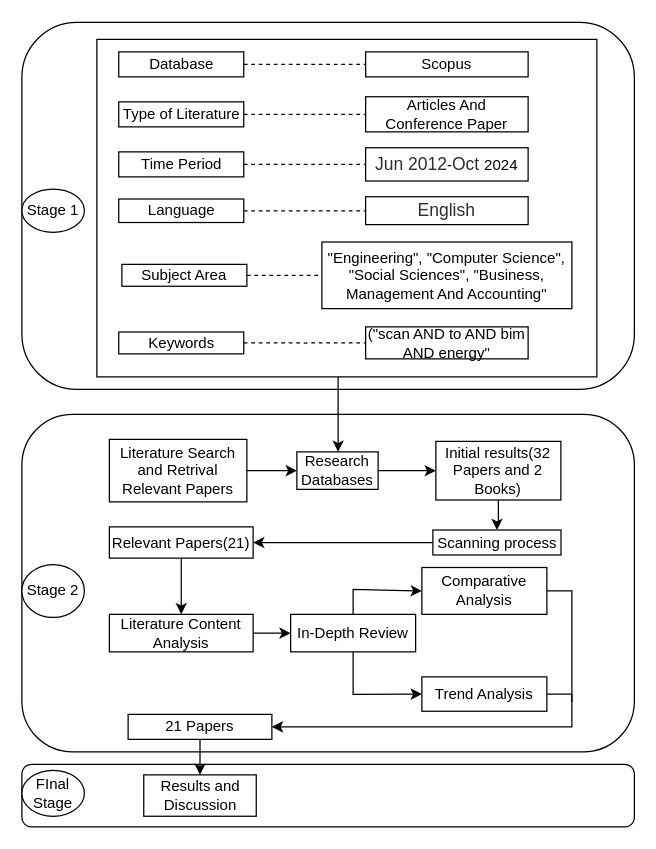
Earlier version of the draw.io diagram page "Final-2025" (5 of 6) of methodology.drawio (JeanViaunel/chickenKawa-v1). Source tidied: cells renumbered, new cells numbered last; positions are measured from the earlier drawing's top-left corner, leaving out a move shared by most shapes. Both pictures are drawn from the tidied source at 125%, with x=0, y=0 at pixel (21, 21).
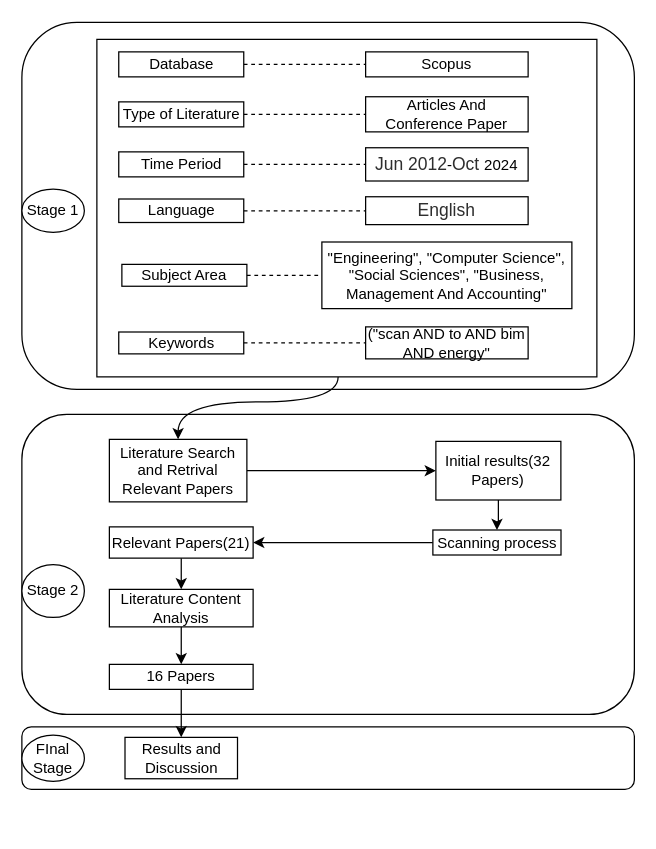
The same diagram, later.

Unchanged cells that the change refers to:
```xml
<mxCell id="6" style="rounded=0;whiteSpace=wrap;html=1;" parent="1" vertex="1">
  <mxGeometry x="60" y="14" width="400" height="270" as="geometry" />
</mxCell>
<mxCell id="26" value="Literature Search and&amp;nbsp;Retrival Relevant Papers" style="whiteSpace=wrap;html=1;rounded=0;" parent="1" vertex="1">
  <mxGeometry x="70" y="334" width="110" height="50" as="geometry" />
</mxCell>
```

Change to the diagram source:
```diff
@@
     <mxCell id="2" style="rounded=1;whiteSpace=wrap;html=1;" parent="1" vertex="1">
-      <mxGeometry y="594" width="490" height="50" as="geometry" />
+      <mxGeometry y="564" width="490" height="50" as="geometry" />
     </mxCell>
     <mxCell id="3" style="rounded=1;whiteSpace=wrap;html=1;" parent="1" vertex="1">
-      <mxGeometry y="314" width="490" height="270" as="geometry" />
+      <mxGeometry y="314" width="490" height="240" as="geometry" />
     </mxCell>
@@
-    <mxCell id="5" style="edgeStyle=orthogonalEdgeStyle;rounded=0;jettySize=auto;html=1;curved=1;" parent="1" edge="1" source="6" target="24">
+    <mxCell id="5" style="edgeStyle=orthogonalEdgeStyle;rounded=0;jettySize=auto;html=1;curved=1;entryX=0.5;entryY=0;entryDx=0;entryDy=0;" parent="1" edge="1" source="6" target="26">
       <mxGeometry relative="1" as="geometry">
         <Array as="points">
-          <mxPoint x="253" y="334" />
-          <mxPoint x="253" y="334" />
+          <mxPoint x="253" y="304" />
+          <mxPoint x="125" y="304" />
         </Array>
       </mxGeometry>
     </mxCell>
@@
-    <mxCell id="23" style="edgeStyle=orthogonalEdgeStyle;rounded=0;jettySize=auto;html=1;" parent="1" edge="1" source="24" target="28">
-      <mxGeometry relative="1" as="geometry" />
-    </mxCell>
-    <mxCell id="24" value="Research Databases" style="whiteSpace=wrap;html=1;rounded=0;" parent="1" vertex="1">
-      <mxGeometry x="220" y="344" width="65" height="30" as="geometry" />
-    </mxCell>
-    <mxCell id="25" style="edgeStyle=orthogonalEdgeStyle;rounded=0;jettySize=auto;html=1;" parent="1" edge="1" source="26" target="24">
+    <mxCell id="25" style="edgeStyle=orthogonalEdgeStyle;rounded=0;jettySize=auto;html=1;" parent="1" edge="1" source="26" target="28">
       <mxGeometry relative="1" as="geometry" />
     </mxCell>
@@
-    <mxCell id="28" value="Initial results(32 Papers and 2 Books)" style="whiteSpace=wrap;html=1;rounded=0;" parent="1" vertex="1">
+    <mxCell id="28" value="Initial results(32 Papers)" style="whiteSpace=wrap;html=1;rounded=0;" parent="1" vertex="1">
       <mxGeometry x="331.2" y="335.6" width="100" height="46.9" as="geometry" />
     </mxCell>
@@
-    <mxCell id="33" style="edgeStyle=orthogonalEdgeStyle;rounded=0;jettySize=auto;html=1;" parent="1" edge="1" source="34" target="44">
-      <mxGeometry relative="1" as="geometry" />
-    </mxCell>
+    <mxCell id="51" style="edgeStyle=orthogonalEdgeStyle;rounded=0;jettySize=auto;html=1;" parent="1" edge="1" source="34" target="41">
+      <mxGeometry relative="1" as="geometry" />
+    </mxCell>
     <mxCell id="34" value="Literature Content Analysis" style="whiteSpace=wrap;html=1;rounded=0;" parent="1" vertex="1">
-      <mxGeometry x="70" y="474" width="115" height="30" as="geometry" />
+      <mxGeometry x="70" y="454" width="115" height="30" as="geometry" />
     </mxCell>
-    <mxCell id="35" style="edgeStyle=orthogonalEdgeStyle;rounded=0;orthogonalLoop=1;jettySize=auto;html=1;exitX=1;exitY=0.5;exitDx=0;exitDy=0;endArrow=none;endFill=0;" parent="1" edge="1">
-      <mxGeometry relative="1" as="geometry">
-        <mxPoint x="410" y="455.2" as="sourcePoint" />
-        <mxPoint x="440" y="544" as="targetPoint" />
-        <Array as="points">
-          <mxPoint x="440" y="455" />
-        </Array>
-      </mxGeometry>
-    </mxCell>
-    <mxCell id="36" value="Comparative Analysis" style="whiteSpace=wrap;html=1;rounded=0;" parent="1" vertex="1">
-      <mxGeometry x="320" y="436.5" width="100" height="37.5" as="geometry" />
-    </mxCell>
@@
-    <mxCell id="38" style="edgeStyle=orthogonalEdgeStyle;rounded=0;jettySize=auto;html=1;entryX=1;entryY=0.5;entryDx=0;entryDy=0;" parent="1" edge="1" source="39" target="41">
-      <mxGeometry relative="1" as="geometry">
-        <Array as="points">
-          <mxPoint x="440" y="538" />
-          <mxPoint x="440" y="564" />
-        </Array>
-      </mxGeometry>
-    </mxCell>
-    <mxCell id="39" value="Trend Analysis" style="whiteSpace=wrap;html=1;rounded=0;" parent="1" vertex="1">
-      <mxGeometry x="320" y="524" width="100" height="27.5" as="geometry" />
-    </mxCell>
@@
-    <mxCell id="41" value="21 Papers" style="whiteSpace=wrap;html=1;rounded=0;" parent="1" vertex="1">
-      <mxGeometry x="85" y="554" width="115" height="20" as="geometry" />
+    <mxCell id="41" value="16 Papers" style="whiteSpace=wrap;html=1;rounded=0;" parent="1" vertex="1">
+      <mxGeometry x="70" y="514" width="115" height="20" as="geometry" />
     </mxCell>
-    <mxCell id="42" style="edgeStyle=none;rounded=0;jettySize=auto;html=1;entryX=0;entryY=0.5;entryDx=0;entryDy=0;" parent="1" edge="1" source="44" target="36">
-      <mxGeometry relative="1" as="geometry">
-        <Array as="points">
-          <mxPoint x="265" y="454" />
-        </Array>
-      </mxGeometry>
-    </mxCell>
-    <mxCell id="43" style="edgeStyle=none;rounded=0;jettySize=auto;html=1;entryX=0;entryY=0.5;entryDx=0;entryDy=0;" parent="1" edge="1" source="44" target="39">
-      <mxGeometry relative="1" as="geometry">
-        <Array as="points">
-          <mxPoint x="265" y="538" />
-        </Array>
-      </mxGeometry>
-    </mxCell>
-    <mxCell id="44" value="In-Depth Review" style="whiteSpace=wrap;html=1;rounded=0;" parent="1" vertex="1">
-      <mxGeometry x="215" y="474" width="100" height="30" as="geometry" />
-    </mxCell>
     <mxCell id="45" value="Results and Discussion" style="whiteSpace=wrap;html=1;rounded=0;" parent="1" vertex="1">
-      <mxGeometry x="97.5" y="602.4" width="90" height="33.1" as="geometry" />
+      <mxGeometry x="82.5" y="572.4" width="90" height="33.1" as="geometry" />
     </mxCell>
@@
     <mxCell id="48" value="FInal Stage" style="ellipse;whiteSpace=wrap;html=1;" parent="1" vertex="1">
-      <mxGeometry y="598.7" width="50" height="36.9" as="geometry" />
+      <mxGeometry y="570.6" width="50" height="36.9" as="geometry" />
     </mxCell>
```
